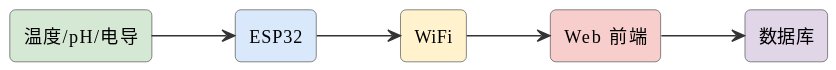
mingyi0818/IntelligentMcuCourse keeps this PlantUML diagram as assets/diagrams/ideas-fig123.svg. Above is the earlier version.
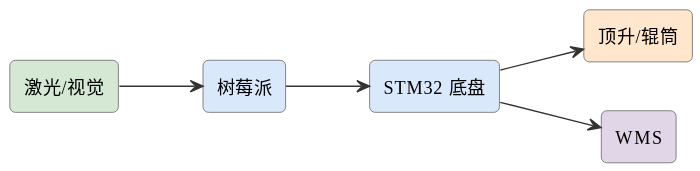
After the commit.

Change to the diagram source:
```diff
@@ -6,13 +6,13 @@
 skinparam arrowFontSize 11
 skinparam arrowColor #333
 left to right direction
-rectangle "温度/pH/电导" as s #d5e8d4
-rectangle "ESP32" as esp #dae8fc
-rectangle "WiFi" as wifi #fff2cc
-rectangle "Web 前端" as web #f8cecc
-rectangle "数据库" as db #e1d5e8
-s --> esp
-esp --> wifi
-wifi --> web
-web --> db
+rectangle "激光/视觉" as nav #d5e8d4
+rectangle "树莓派" as pi #dae8fc
+rectangle "STM32 底盘" as stm #dae8fc
+rectangle "顶升/辊筒" as lift #ffe6cc
+rectangle "WMS" as wms #e1d5e8
+nav --> pi
+pi --> stm
+stm --> lift
+stm --> wms
 @enduml
```
